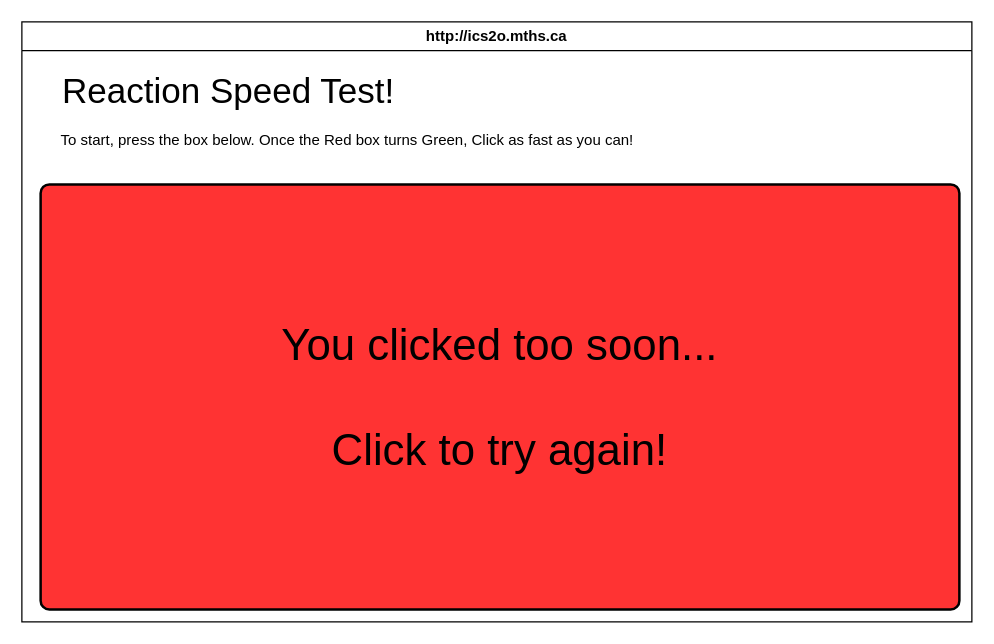
Before: page "Page-1" (1 of 3) of design/storyboard.drawio in lucas-nguyen0/ICD2O-Final-Project-lucas.nguyen, a draw.io diagram. Source tidied: cells renumbered, new cells numbered last; positions are measured from the earlier drawing's top-left corner, leaving out a move shared by most shapes. Both pictures are drawn from the tidied source at 125%, with x=0, y=0 at pixel (21, 21).
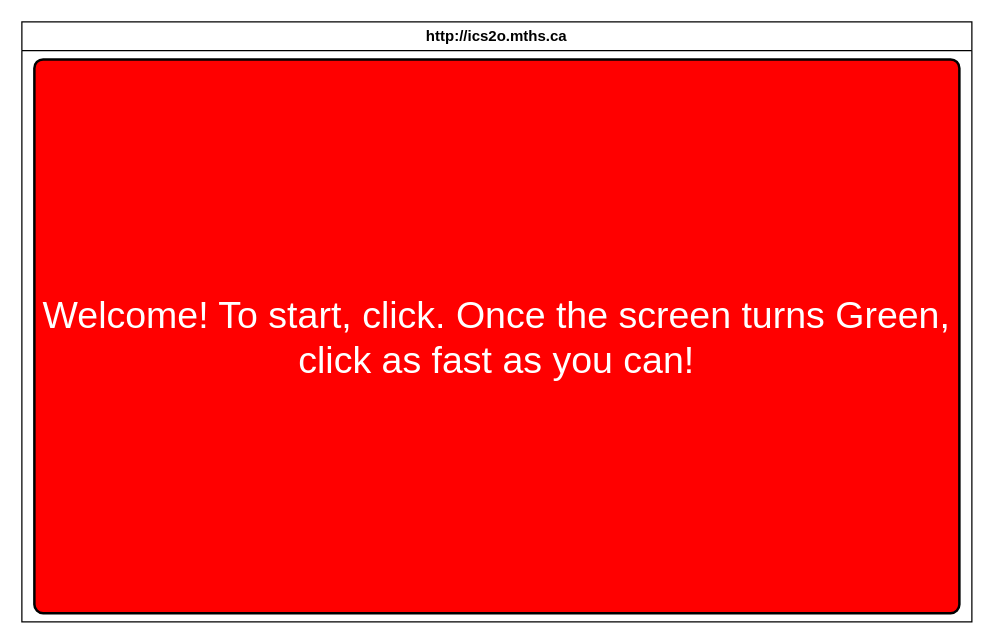
The same page after the edit.

The edit, as a diff of the source:
```diff
@@
 <mxGraphModel>
   <root>
     <mxCell id="0" />
     <mxCell id="1" parent="0" />
     <mxCell id="2" value="http://ics2o.mths.ca" style="swimlane;whiteSpace=wrap;html=1;" parent="1" vertex="1">
       <mxGeometry width="760" height="480" as="geometry" />
     </mxCell>
-    <mxCell id="3" value="&lt;font style=&quot;font-size: 28px;&quot;&gt;Reaction Speed Test!&lt;/font&gt;" style="text;html=1;align=center;verticalAlign=middle;strokeColor=none;fillColor=none;" parent="2" vertex="1">
-      <mxGeometry x="20" y="30" width="290" height="50" as="geometry" />
-    </mxCell>
-    <mxCell id="4" value="To start, press the box below. Once the Red box turns Green, Click as fast as you can!" style="text;html=1;align=center;verticalAlign=middle;strokeColor=none;fillColor=none;" parent="2" vertex="1">
-      <mxGeometry x="20" y="80" width="480" height="30" as="geometry" />
-    </mxCell>
-    <mxCell id="5" value="&lt;font style=&quot;font-size: 35px; color: rgb(0, 0, 0);&quot;&gt;You clicked too soon...&lt;/font&gt;&lt;div&gt;&lt;font style=&quot;font-size: 35px; color: rgb(0, 0, 0);&quot;&gt;&lt;br&gt;&lt;/font&gt;&lt;/div&gt;&lt;div&gt;&lt;font style=&quot;font-size: 35px; color: rgb(0, 0, 0);&quot;&gt;Click to try again!&lt;/font&gt;&lt;/div&gt;" style="rounded=1;whiteSpace=wrap;html=1;absoluteArcSize=1;arcSize=14;strokeWidth=2;fillColor=light-dark(#FF3333,#EDEDED);" parent="2" vertex="1">
-      <mxGeometry x="15" y="130" width="735" height="340" as="geometry" />
+    <mxCell id="5" value="&lt;font style=&quot;font-size: 30px; color: rgb(255, 255, 255);&quot;&gt;Welcome! To start, click. Once the screen turns Green, click as fast as you can!&lt;/font&gt;" style="rounded=1;whiteSpace=wrap;html=1;absoluteArcSize=1;arcSize=14;strokeWidth=2;fillColor=light-dark(#FF0000,#EDEDED);" parent="2" vertex="1">
+      <mxGeometry x="10" y="30" width="740" height="443" as="geometry" />
     </mxCell>
   </root>
 </mxGraphModel>
```
